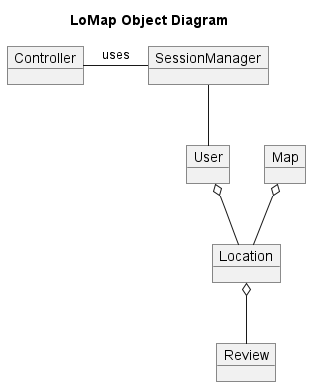
The PlantUML diagram images/Domain model UML Diagram.png in Arquisoft/lomap_en3b, before a commit.
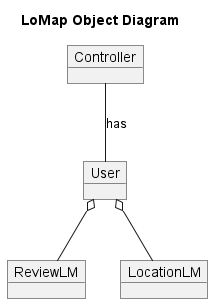
After the change.

The edit, as a diff of the source:
```diff
@@ -1,19 +1,15 @@
 @startuml
 title LoMap Object Diagram
 
-object Review
-object Location
-object Map
 object User
 object Controller
-object SessionManager
+object ReviewLM
+object LocationLM
 
-Location o-- Review
 
-Map o-- Location
+User o-- LocationLM
+User o-- ReviewLM
 
-User o-- Location
-Controller -right- SessionManager :uses
-SessionManager -- User
+Controller -- User :has
 
 @enduml
```
